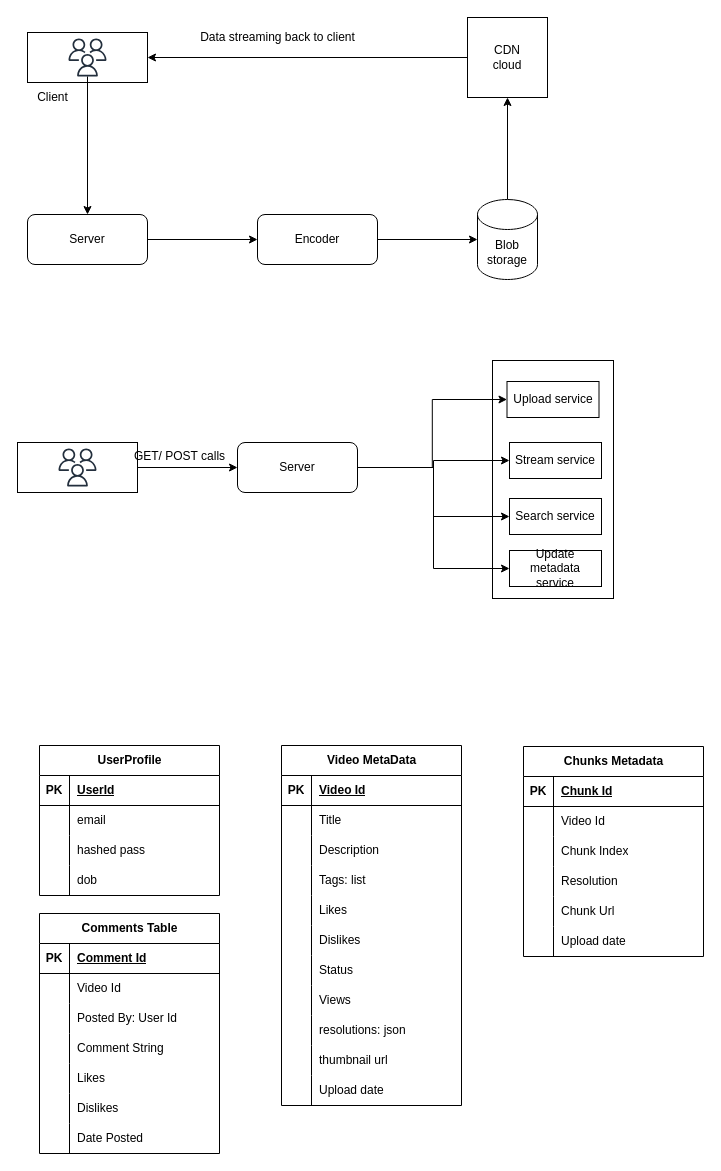
This is page "Page-1" (1 of 2) of Youtube Design HLD 1.0.drawio from anshul1790/system-design-playground, a draw.io file, before an edit. Source tidied: cells renumbered, new cells numbered last; positions are measured from the earlier drawing's top-left corner, leaving out a move shared by most shapes. Both pictures are drawn from the tidied source at 100%, with x=0, y=0 at pixel (17, 17).
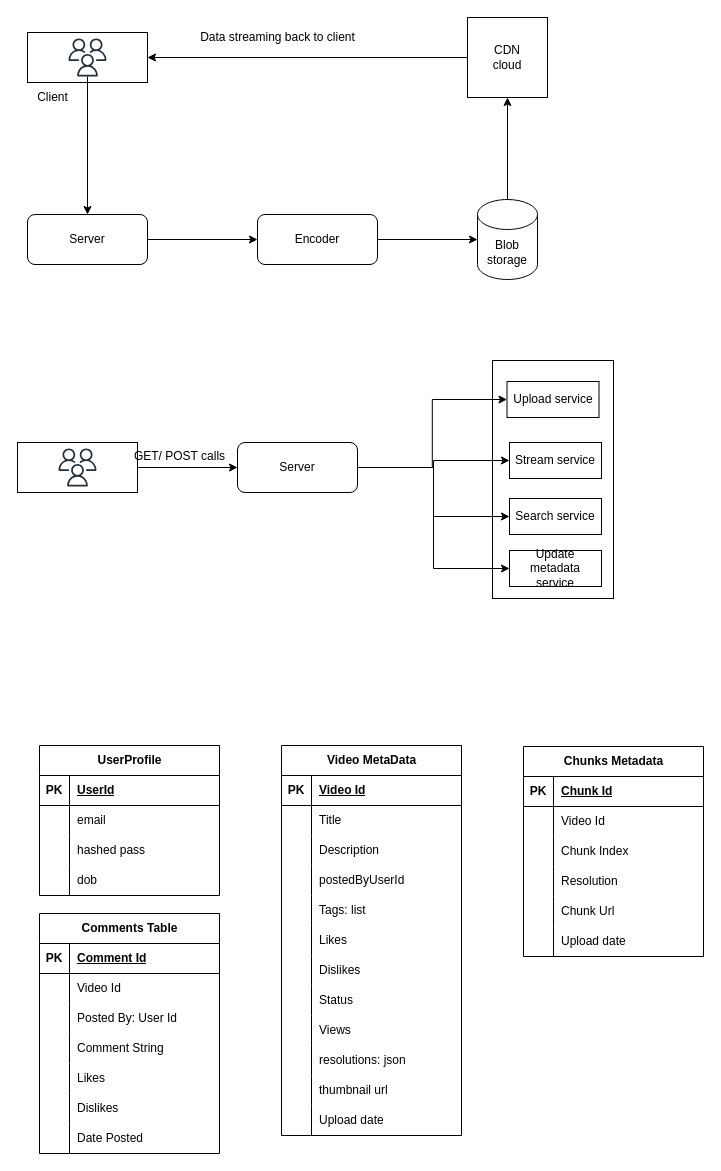
The same diagram, later.

Diff of the diagram source:
```diff
@@
     <mxCell id="44" value="Video MetaData" style="shape=table;startSize=30;childLayout=tableLayout;rowLines=0;fontStyle=1;align=center;html=1;" parent="1" vertex="1">
-      <mxGeometry x="264" y="728" width="180" height="360" as="geometry" />
+      <mxGeometry x="264" y="728" width="180" height="390" as="geometry" />
     </mxCell>
@@
+    <mxCell id="119" style="shape=tableRow;horizontal=0;startSize=0;swimlaneHead=0;swimlaneBody=0;fillColor=none;top=0;left=0;right=0;bottom=0;" parent="44" vertex="1">
+      <mxGeometry y="120" width="180" height="30" as="geometry" />
+    </mxCell>
+    <mxCell id="120" style="shape=partialRectangle;fillColor=none;top=0;left=0;bottom=0;right=0;overflow=hidden;whiteSpace=wrap;html=1;" parent="119" vertex="1">
+      <mxGeometry width="30" height="30" as="geometry" />
+    </mxCell>
+    <mxCell id="121" value="postedByUserId" style="shape=partialRectangle;fillColor=none;top=0;left=0;bottom=0;right=0;align=left;spacingLeft=6;overflow=hidden;whiteSpace=wrap;html=1;" parent="119" vertex="1">
+      <mxGeometry x="30" width="150" height="30" as="geometry" />
+    </mxCell>
     <mxCell id="54" style="shape=tableRow;horizontal=0;startSize=0;swimlaneHead=0;swimlaneBody=0;fillColor=none;top=0;left=0;right=0;bottom=0;" parent="44" vertex="1">
-      <mxGeometry y="120" width="180" height="30" as="geometry" />
+      <mxGeometry y="150" width="180" height="30" as="geometry" />
     </mxCell>
@@
     <mxCell id="57" style="shape=tableRow;horizontal=0;startSize=0;swimlaneHead=0;swimlaneBody=0;fillColor=none;top=0;left=0;right=0;bottom=0;" parent="44" vertex="1">
-      <mxGeometry y="150" width="180" height="30" as="geometry" />
+      <mxGeometry y="180" width="180" height="30" as="geometry" />
     </mxCell>
@@
     <mxCell id="60" style="shape=tableRow;horizontal=0;startSize=0;swimlaneHead=0;swimlaneBody=0;fillColor=none;top=0;left=0;right=0;bottom=0;" parent="44" vertex="1">
-      <mxGeometry y="180" width="180" height="30" as="geometry" />
+      <mxGeometry y="210" width="180" height="30" as="geometry" />
     </mxCell>
@@
     <mxCell id="63" style="shape=tableRow;horizontal=0;startSize=0;swimlaneHead=0;swimlaneBody=0;fillColor=none;top=0;left=0;right=0;bottom=0;" parent="44" vertex="1">
-      <mxGeometry y="210" width="180" height="30" as="geometry" />
+      <mxGeometry y="240" width="180" height="30" as="geometry" />
     </mxCell>
@@
     <mxCell id="66" style="shape=tableRow;horizontal=0;startSize=0;swimlaneHead=0;swimlaneBody=0;fillColor=none;top=0;left=0;right=0;bottom=0;" parent="44" vertex="1">
-      <mxGeometry y="240" width="180" height="30" as="geometry" />
+      <mxGeometry y="270" width="180" height="30" as="geometry" />
     </mxCell>
@@
     <mxCell id="69" style="shape=tableRow;horizontal=0;startSize=0;swimlaneHead=0;swimlaneBody=0;fillColor=none;top=0;left=0;right=0;bottom=0;" parent="44" vertex="1">
-      <mxGeometry y="270" width="180" height="30" as="geometry" />
+      <mxGeometry y="300" width="180" height="30" as="geometry" />
     </mxCell>
@@
     <mxCell id="72" style="shape=tableRow;horizontal=0;startSize=0;swimlaneHead=0;swimlaneBody=0;fillColor=none;top=0;left=0;right=0;bottom=0;" parent="44" vertex="1">
-      <mxGeometry y="300" width="180" height="30" as="geometry" />
+      <mxGeometry y="330" width="180" height="30" as="geometry" />
     </mxCell>
@@
     <mxCell id="75" style="shape=tableRow;horizontal=0;startSize=0;swimlaneHead=0;swimlaneBody=0;fillColor=none;top=0;left=0;right=0;bottom=0;" parent="44" vertex="1">
-      <mxGeometry y="330" width="180" height="30" as="geometry" />
+      <mxGeometry y="360" width="180" height="30" as="geometry" />
     </mxCell>
```
